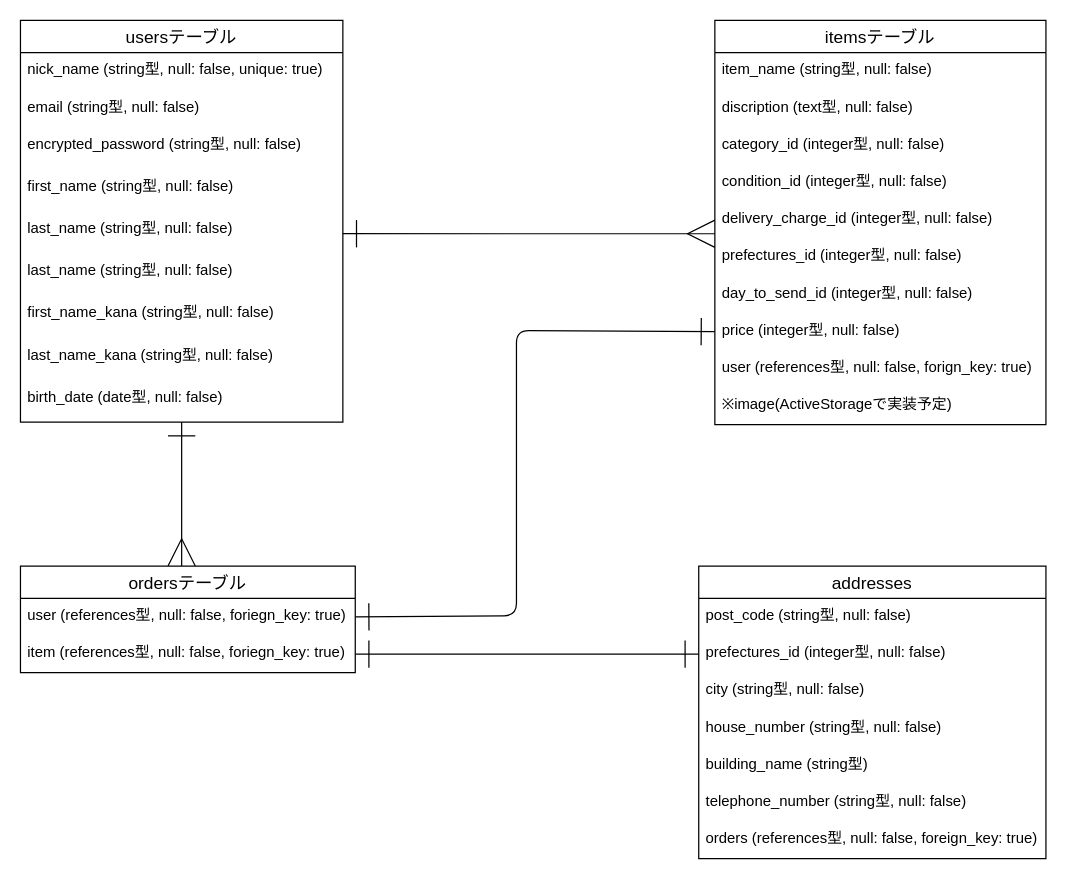
Before: furima.dio in saseihibino/furima-39280, a draw.io diagram. Source tidied: cells renumbered, new cells numbered last; positions are measured from the earlier drawing's top-left corner, leaving out a move shared by most shapes. Both pictures are drawn from the tidied source at 124%, with x=0, y=0 at pixel (20, 20).
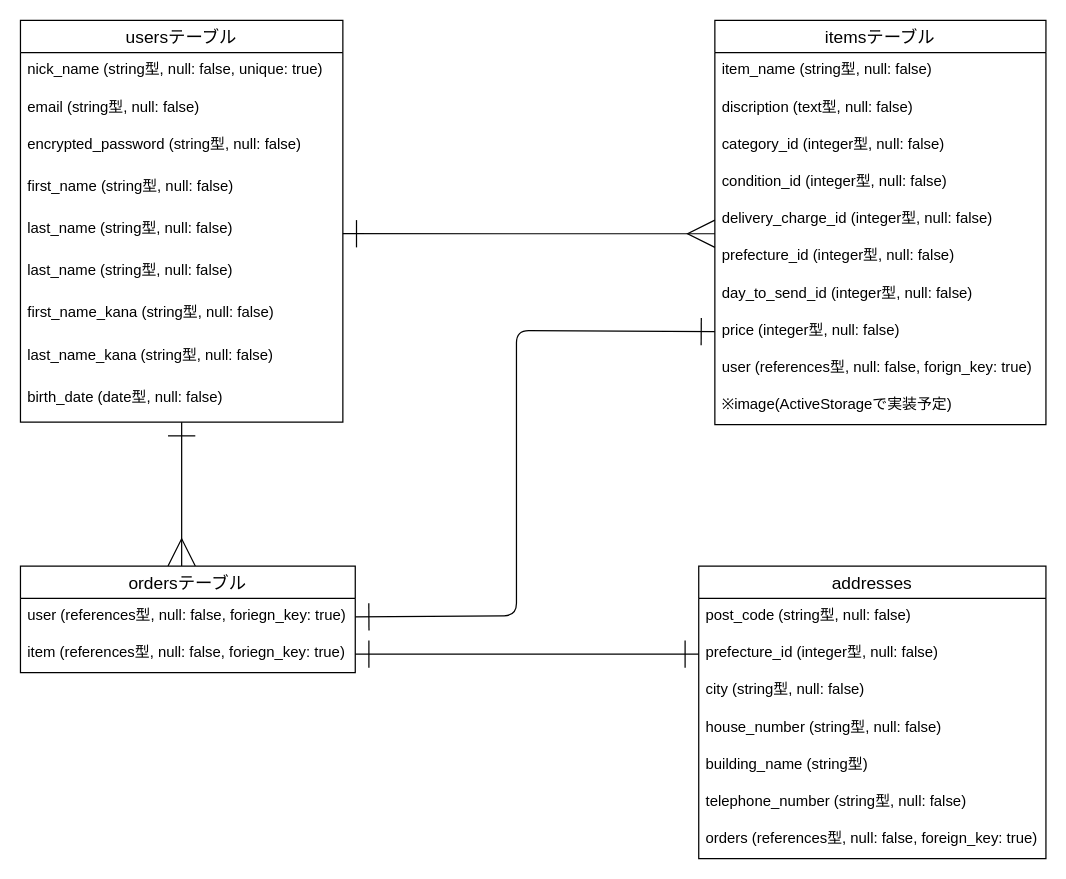
The same page after the edit.

Commit message (it also covers changes not shown here):
タスク3　再々修正

The change refers to these unchanged cells:
```xml
<mxCell id="13" value="itemsテーブル" style="swimlane;fontStyle=0;horizontal=1;startSize=26;align=center;fontSize=14;" parent="1" vertex="1">
  <mxGeometry x="560" width="267" height="326" as="geometry" />
</mxCell>
<mxCell id="29" value="addresses" style="swimlane;fontStyle=0;horizontal=1;startSize=26;align=center;fontSize=14;" parent="1" vertex="1">
  <mxGeometry x="547" y="440" width="280" height="236" as="geometry" />
</mxCell>
```

The edit, as a diff of the source:
```diff
@@
-    <mxCell id="19" value="prefectures_id (integer型, null: false)" style="text;strokeColor=none;fillColor=none;spacingLeft=4;spacingRight=4;overflow=hidden;points=[[0,0.5],[1,0.5]];portConstraint=eastwest;fontSize=12;" parent="13" vertex="1">
+    <mxCell id="19" value="prefecture_id (integer型, null: false)" style="text;strokeColor=none;fillColor=none;spacingLeft=4;spacingRight=4;overflow=hidden;points=[[0,0.5],[1,0.5]];portConstraint=eastwest;fontSize=12;" parent="13" vertex="1">
       <mxGeometry y="176" width="267" height="30" as="geometry" />
     </mxCell>
@@
-    <mxCell id="31" value="prefectures_id (integer型, null: false)" style="text;strokeColor=none;fillColor=none;spacingLeft=4;spacingRight=4;overflow=hidden;points=[[0,0.5],[1,0.5]];portConstraint=eastwest;fontSize=12;" parent="29" vertex="1">
+    <mxCell id="31" value="prefecture_id (integer型, null: false)" style="text;strokeColor=none;fillColor=none;spacingLeft=4;spacingRight=4;overflow=hidden;points=[[0,0.5],[1,0.5]];portConstraint=eastwest;fontSize=12;" parent="29" vertex="1">
       <mxGeometry y="56" width="280" height="30" as="geometry" />
     </mxCell>
```
